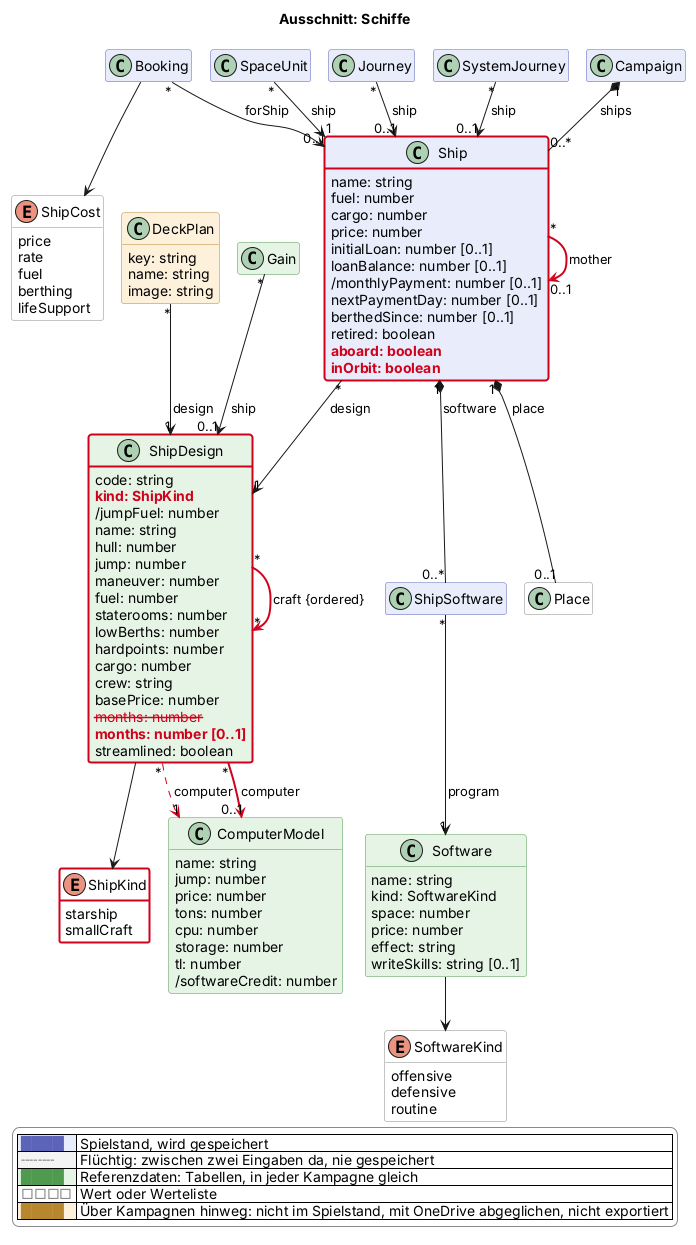
The PlantUML diagram docs/views/schiffe.png in scuzzar/SRE, before a commit.
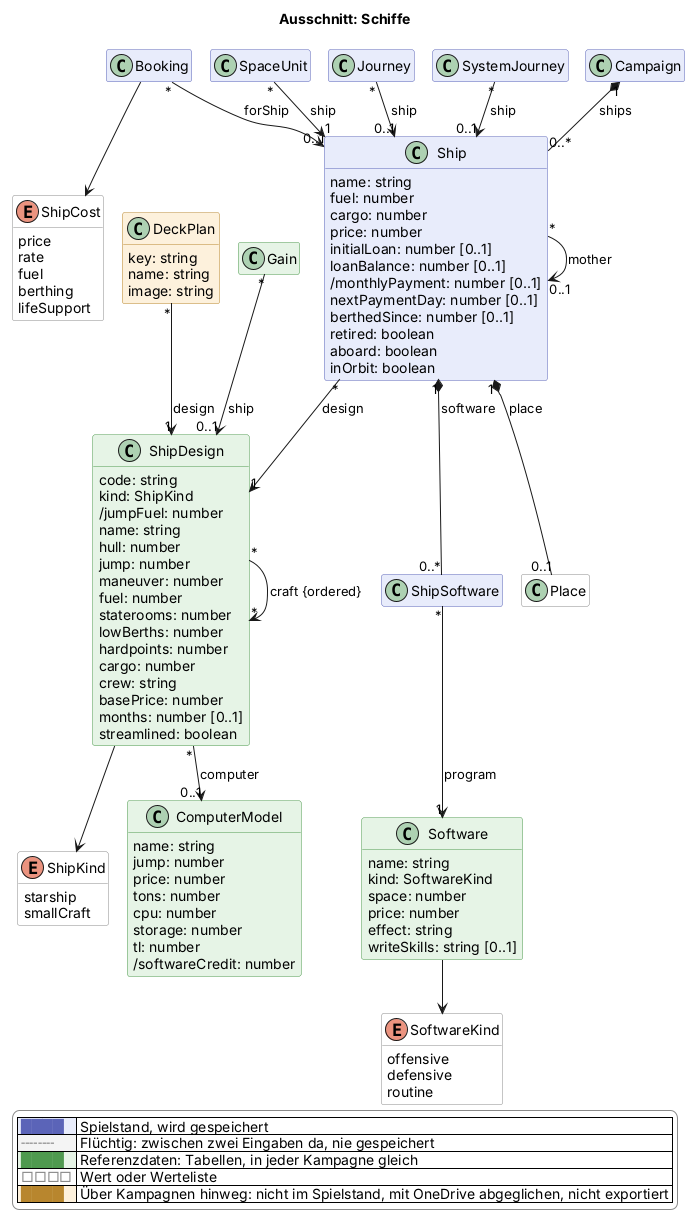
The same file after the commit.

The edit, as a diff of the source:
```diff
@@ -83,8 +83,8 @@
     nextPaymentDay: number [0..1]
     berthedSince: number [0..1]
     retired: boolean
-    $new("2026-11-21b", "aboard: boolean")
-    $new("2026-11-21b", "inOrbit: boolean")
+    aboard: boolean
+    inOrbit: boolean
   }
   enum ShipCost <<value>> $schiffe {
     price
@@ -97,7 +97,7 @@
   }
   class ShipDesign <<reference>> $schiffe {
     code: string
-    $new("2026-11-21b", "kind: ShipKind")
+    kind: ShipKind
     /jumpFuel: number
     name: string
     hull: number
@@ -110,11 +110,10 @@
     cargo: number
     crew: string
     basePrice: number
-    $gone("2026-11-21b", "months: number")
-    $new("2026-11-21b", "months: number [0..1]")
+    months: number [0..1]
     streamlined: boolean
   }
-  enum ShipKind <<value>> $schiffe $newClass("2026-11-21b") {
+  enum ShipKind <<value>> $schiffe {
     starship
     smallCraft
   }
@@ -167,11 +166,10 @@
 Ship "1" *-- "0..1" Place : place
 ShipSoftware "*" --> "1" Software : program
 Software --> SoftwareKind
-ShipDesign "*" -$goneArrow("2026-11-21b")-> "1" ComputerModel : computer
-ShipDesign "*" -$newArrow("2026-11-21b")-> "0..1" ComputerModel : computer
+ShipDesign "*" --> "0..1" ComputerModel : computer
 ShipDesign --> ShipKind
-ShipDesign "*" -$newArrow("2026-11-21b")-> "*" ShipDesign : craft {ordered}
-Ship "*" -$newArrow("2026-11-21b")-> "0..1" Ship : mother
+ShipDesign "*" --> "*" ShipDesign : craft {ordered}
+Ship "*" --> "0..1" Ship : mother
 Booking "*" --> "0..1" Ship : forShip
 
 SpaceUnit "*" --> "1" Ship : ship
@@ -200,6 +198,4 @@
   |<#ffffff> <color:#8a8a8a>□□□□</color> | Wert oder Werteliste |
   |<#fdf1dc> <color:#b8862e>████</color> | Über Kampagnen hinweg: nicht im Spielstand, mit OneDrive abgeglichen, nicht exportiert |
 endlegend
-class Ship #line:d0021b;line.bold
-class ShipDesign #line:d0021b;line.bold
 @enduml
```
